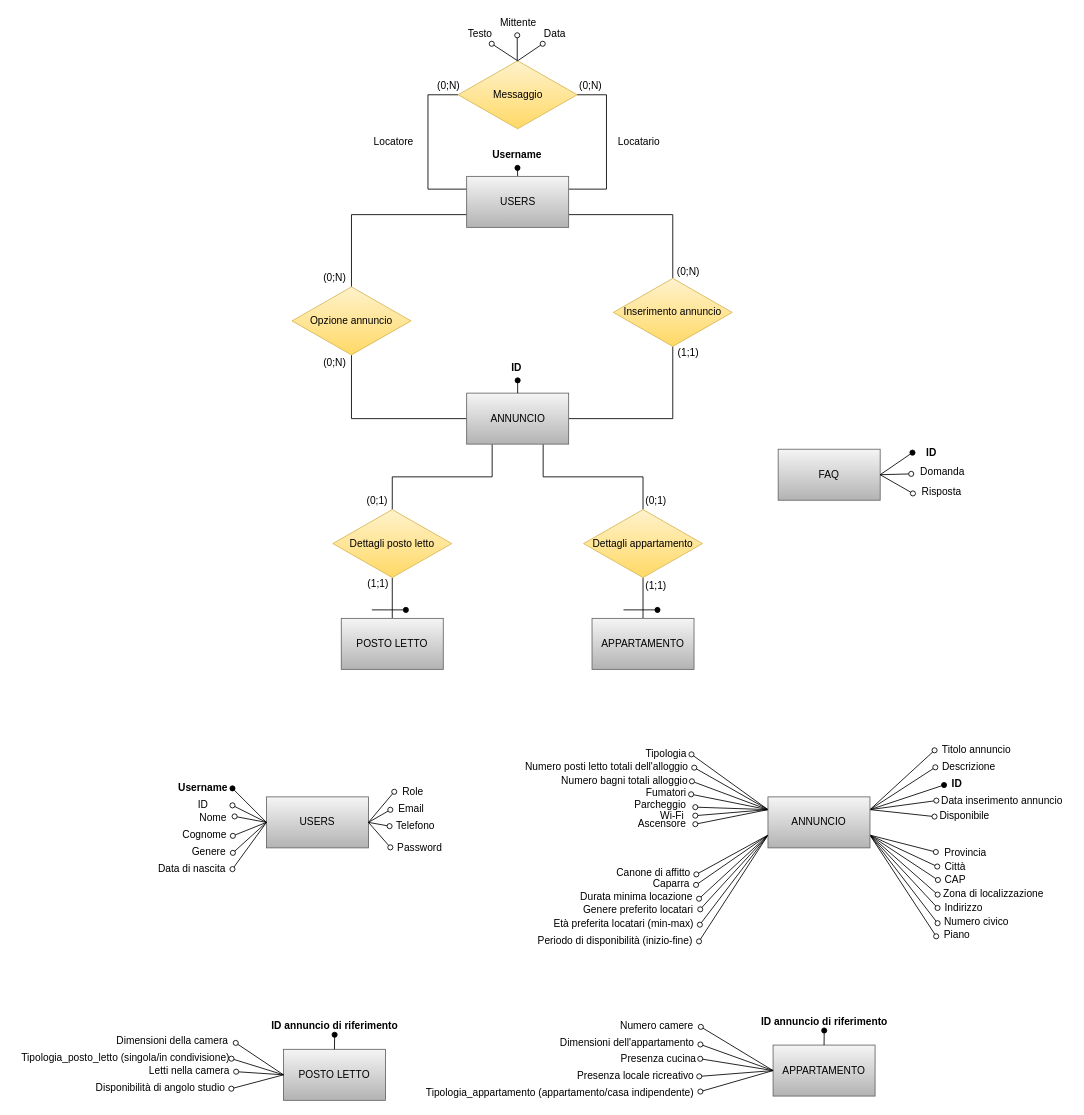
The draw.io diagram Database/Schema_ER_database.drawio in fd-col/RentAdvisor, before the edit. Source tidied: cells renumbered, new cells numbered last; positions are measured from the earlier drawing's top-left corner, leaving out a move shared by most shapes. Both pictures are drawn from the tidied source at 85%, with x=0, y=0 at pixel (14, 14).
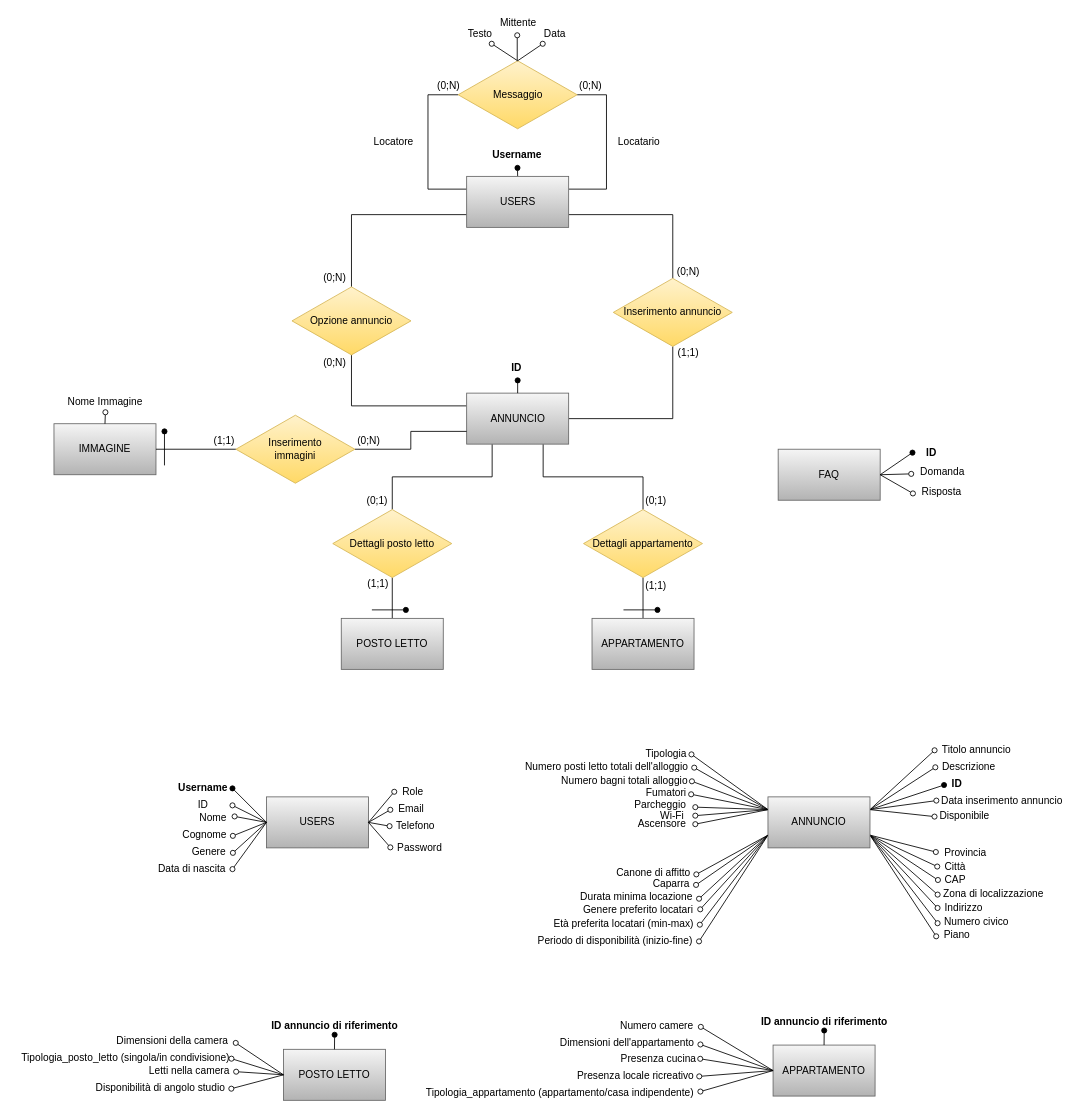
The same diagram, later.

Unchanged cells that the change refers to:
```xml
<mxCell id="11" value="ANNUNCIO" style="rounded=0;whiteSpace=wrap;html=1;fillColor=#f5f5f5;gradientColor=#b3b3b3;strokeColor=#666666;" parent="1" vertex="1">
  <mxGeometry x="531.5" y="445" width="120" height="60" as="geometry" />
</mxCell>
<mxCell id="13" value="Opzione annuncio" style="rhombus;whiteSpace=wrap;html=1;fillColor=#fff2cc;gradientColor=#ffd966;strokeColor=#d6b656;" parent="1" vertex="1">
  <mxGeometry x="326" y="320" width="140" height="80" as="geometry" />
</mxCell>
```

The edit, as a diff of the source:
```diff
@@
-    <mxCell id="8" style="edgeStyle=orthogonalEdgeStyle;rounded=0;jettySize=auto;html=1;entryX=0.5;entryY=1;entryDx=0;entryDy=0;endArrow=none;endFill=0;" parent="1" edge="1" source="11" target="13">
-      <mxGeometry relative="1" as="geometry" />
+    <mxCell id="8" style="edgeStyle=orthogonalEdgeStyle;rounded=0;jettySize=auto;html=1;entryX=0.5;entryY=1;entryDx=0;entryDy=0;endArrow=none;endFill=0;exitX=0;exitY=0.25;exitDx=0;exitDy=0;" parent="1" edge="1" source="11" target="13">
+      <mxGeometry relative="1" as="geometry">
+        <Array as="points">
+          <mxPoint x="396" y="460" />
+        </Array>
+      </mxGeometry>
     </mxCell>
@@
+    <mxCell id="148" value="IMMAGINE" style="rounded=0;whiteSpace=wrap;html=1;fillColor=#f5f5f5;gradientColor=#b3b3b3;strokeColor=#666666;" parent="1" vertex="1">
+      <mxGeometry x="46" y="481" width="120" height="60" as="geometry" />
+    </mxCell>
+    <mxCell id="149" style="edgeStyle=orthogonalEdgeStyle;rounded=0;jettySize=auto;html=1;entryX=0;entryY=0.75;entryDx=0;entryDy=0;endArrow=none;endFill=0;" parent="1" edge="1" source="151" target="11">
+      <mxGeometry relative="1" as="geometry" />
+    </mxCell>
+    <mxCell id="150" style="edgeStyle=orthogonalEdgeStyle;rounded=0;jettySize=auto;html=1;entryX=1;entryY=0.5;entryDx=0;entryDy=0;endArrow=none;endFill=0;" parent="1" edge="1" source="151" target="148">
+      <mxGeometry relative="1" as="geometry" />
+    </mxCell>
+    <mxCell id="151" value="Inserimento&lt;br&gt;immagini" style="rhombus;whiteSpace=wrap;html=1;fillColor=#fff2cc;gradientColor=#ffd966;strokeColor=#d6b656;" parent="1" vertex="1">
+      <mxGeometry x="260" y="471" width="140" height="80" as="geometry" />
+    </mxCell>
+    <mxCell id="152" value="(1;1)" style="text;html=1;align=center;verticalAlign=middle;strokeColor=none;fillColor=none;" parent="1" vertex="1">
+      <mxGeometry x="226" y="491" width="40" height="20" as="geometry" />
+    </mxCell>
+    <mxCell id="153" value="(0;N)" style="text;html=1;align=center;verticalAlign=middle;strokeColor=none;fillColor=none;" parent="1" vertex="1">
+      <mxGeometry x="396" y="491" width="40" height="20" as="geometry" />
+    </mxCell>
+    <mxCell id="154" style="endArrow=oval;html=1;rounded=0;endFill=1;" parent="1" edge="1">
+      <mxGeometry relative="1" as="geometry">
+        <mxPoint x="176" y="530" as="sourcePoint" />
+        <mxPoint x="176" y="490" as="targetPoint" />
+      </mxGeometry>
+    </mxCell>
+    <mxCell id="155" style="endArrow=oval;html=1;rounded=0;endFill=0;exitX=0.5;exitY=0;exitDx=0;exitDy=0;entryX=0.505;entryY=1.125;entryDx=0;entryDy=0;entryPerimeter=0;" parent="1" edge="1" source="148" target="156">
+      <mxGeometry relative="1" as="geometry" />
+    </mxCell>
+    <mxCell id="156" value="Nome Immagine" style="text;html=1;align=center;verticalAlign=middle;points=[];strokeColor=none;fillColor=none;" parent="1" vertex="1">
+      <mxGeometry x="56" y="445" width="100" height="20" as="geometry" />
+    </mxCell>
```
